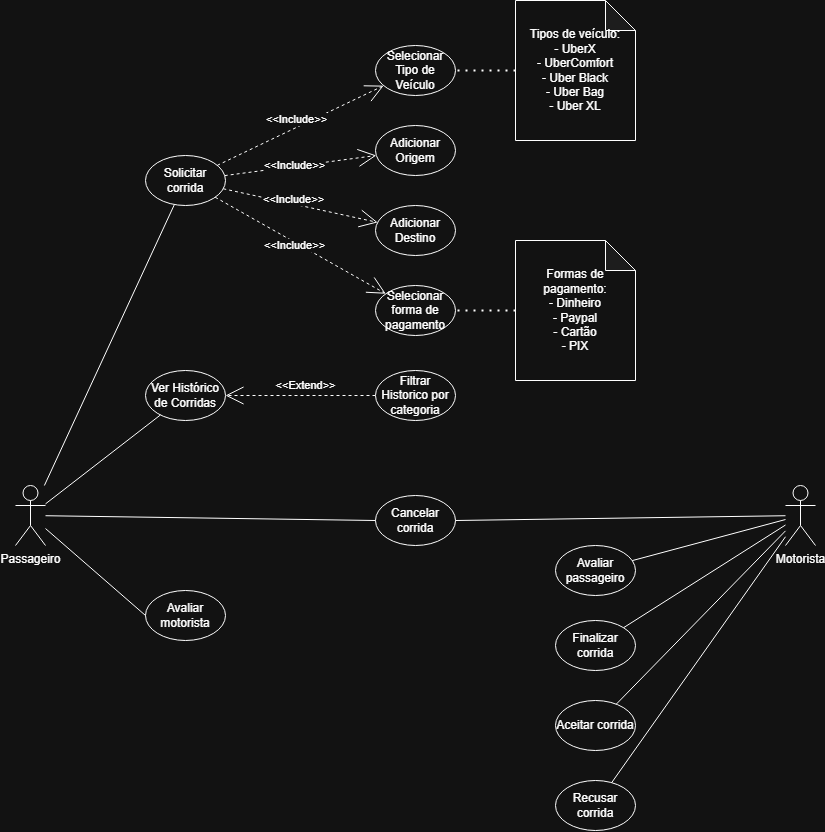
This is documentação/CasoDeUso-UberPb-Transporte.drawio.png from LucasnProg/UberPB, a draw.io export, as it was before one commit. Source tidied: cells renumbered, new cells last; positions are measured from the earlier drawing's top-left corner, leaving out a move shared by most shapes. Its diagram source:
```xml
<mxGraphModel>
  <root>
    <mxCell id="0" />
    <mxCell id="1" parent="0" />
    <mxCell id="2" value="Passageiro&lt;div&gt;&lt;br&gt;&lt;/div&gt;" style="shape=umlActor;verticalLabelPosition=bottom;verticalAlign=top;html=1;" parent="1" vertex="1">
      <mxGeometry y="485" width="30" height="60" as="geometry" />
    </mxCell>
    <mxCell id="3" value="Solicitar corrida" style="ellipse;whiteSpace=wrap;html=1;" parent="1" vertex="1">
      <mxGeometry x="130" y="155" width="80" height="50" as="geometry" />
    </mxCell>
    <mxCell id="4" value="Cancelar corrida" style="ellipse;whiteSpace=wrap;html=1;" parent="1" vertex="1">
      <mxGeometry x="360" y="495" width="80" height="50" as="geometry" />
    </mxCell>
    <mxCell id="5" style="endArrow=none;endSize=16;endFill=0;html=1;rounded=0;" parent="1" edge="1" source="2" target="3">
      <mxGeometry relative="1" as="geometry" />
    </mxCell>
    <mxCell id="6" style="endArrow=none;endSize=16;endFill=0;html=1;rounded=0;entryX=0;entryY=0.5;entryDx=0;entryDy=0;" parent="1" edge="1" source="2" target="4">
      <mxGeometry relative="1" as="geometry" />
    </mxCell>
    <mxCell id="7" value="Motorista" style="shape=umlActor;verticalLabelPosition=bottom;verticalAlign=top;html=1;" parent="1" vertex="1">
      <mxGeometry x="770" y="485" width="30" height="60" as="geometry" />
    </mxCell>
    <mxCell id="8" value="Aceitar corrida" style="ellipse;whiteSpace=wrap;html=1;" parent="1" vertex="1">
      <mxGeometry x="540" y="700" width="80" height="50" as="geometry" />
    </mxCell>
    <mxCell id="9" value="Recusar corrida" style="ellipse;whiteSpace=wrap;html=1;" parent="1" vertex="1">
      <mxGeometry x="540" y="780" width="80" height="50" as="geometry" />
    </mxCell>
    <mxCell id="10" style="endArrow=none;endSize=16;endFill=0;html=1;rounded=0;" parent="1" edge="1" source="7" target="8">
      <mxGeometry relative="1" as="geometry" />
    </mxCell>
    <mxCell id="11" style="endArrow=none;endSize=16;endFill=0;html=1;rounded=0;" parent="1" edge="1" source="9" target="7">
      <mxGeometry relative="1" as="geometry" />
    </mxCell>
    <mxCell id="12" style="endArrow=none;endSize=16;endFill=0;html=1;rounded=0;exitX=1;exitY=0.5;exitDx=0;exitDy=0;" parent="1" edge="1" source="4" target="7">
      <mxGeometry relative="1" as="geometry" />
    </mxCell>
    <mxCell id="13" value="Avaliar motorista" style="ellipse;whiteSpace=wrap;html=1;" parent="1" vertex="1">
      <mxGeometry x="130" y="590" width="80" height="50" as="geometry" />
    </mxCell>
    <mxCell id="14" style="endArrow=none;endSize=16;endFill=0;html=1;rounded=0;entryX=0;entryY=0.5;entryDx=0;entryDy=0;" parent="1" edge="1" source="2" target="13">
      <mxGeometry relative="1" as="geometry" />
    </mxCell>
    <mxCell id="15" value="Avaliar passageiro" style="ellipse;whiteSpace=wrap;html=1;" parent="1" vertex="1">
      <mxGeometry x="540" y="545" width="80" height="50" as="geometry" />
    </mxCell>
    <mxCell id="16" style="endArrow=none;endSize=16;endFill=0;html=1;rounded=0;" parent="1" edge="1" source="15" target="7">
      <mxGeometry relative="1" as="geometry" />
    </mxCell>
    <mxCell id="17" value="Finalizar corrida" style="ellipse;whiteSpace=wrap;html=1;" parent="1" vertex="1">
      <mxGeometry x="540" y="620" width="80" height="50" as="geometry" />
    </mxCell>
    <mxCell id="18" style="endArrow=none;endSize=16;endFill=0;html=1;rounded=0;" parent="1" edge="1" source="17" target="7">
      <mxGeometry relative="1" as="geometry" />
    </mxCell>
    <mxCell id="19" value="Formas de pagamento:&lt;br&gt;- Dinheiro&lt;div&gt;- Paypal&lt;/div&gt;&lt;div&gt;- Cartão&lt;/div&gt;&lt;div&gt;- PIX&lt;/div&gt;" style="shape=note;whiteSpace=wrap;html=1;backgroundOutline=1;darkOpacity=0.05;" parent="1" vertex="1">
      <mxGeometry x="500" y="240" width="120" height="140" as="geometry" />
    </mxCell>
    <mxCell id="20" value="Selecionar Tipo de Veículo" style="ellipse;whiteSpace=wrap;html=1;" parent="1" vertex="1">
      <mxGeometry x="360" y="45" width="80" height="50" as="geometry" />
    </mxCell>
    <mxCell id="21" value="Adicionar Origem" style="ellipse;whiteSpace=wrap;html=1;" parent="1" vertex="1">
      <mxGeometry x="360" y="125" width="80" height="50" as="geometry" />
    </mxCell>
    <mxCell id="22" value="Adicionar Destino" style="ellipse;whiteSpace=wrap;html=1;" parent="1" vertex="1">
      <mxGeometry x="360" y="205" width="80" height="50" as="geometry" />
    </mxCell>
    <mxCell id="23" value="Selecionar forma de pagamento" style="ellipse;whiteSpace=wrap;html=1;" parent="1" vertex="1">
      <mxGeometry x="360" y="285" width="80" height="50" as="geometry" />
    </mxCell>
    <mxCell id="24" value="&amp;lt;&amp;lt;Include&amp;gt;&amp;gt;" style="endArrow=open;endSize=16;endFill=0;html=1;rounded=0;dashed=1;" parent="1" edge="1" source="3" target="20">
      <mxGeometry x="-0.01" y="7" relative="1" as="geometry" />
    </mxCell>
    <mxCell id="25" value="&amp;lt;&amp;lt;Include&amp;gt;&amp;gt;" style="endArrow=open;endSize=16;endFill=0;html=1;rounded=0;dashed=1;" parent="1" edge="1" source="3" target="21">
      <mxGeometry x="-0.06" y="1" relative="1" as="geometry" />
    </mxCell>
    <mxCell id="26" value="&amp;lt;&amp;lt;Include&amp;gt;&amp;gt;" style="endArrow=open;endSize=16;endFill=0;html=1;rounded=0;dashed=1;" parent="1" edge="1" source="3" target="22">
      <mxGeometry x="-0.09" y="4" relative="1" as="geometry" />
    </mxCell>
    <mxCell id="27" value="&amp;lt;&amp;lt;Include&amp;gt;&amp;gt;" style="endArrow=open;endSize=16;endFill=0;html=1;rounded=0;dashed=1;" parent="1" edge="1" source="3" target="23">
      <mxGeometry x="-0.05" y="-3" relative="1" as="geometry" />
    </mxCell>
    <mxCell id="28" style="endArrow=none;dashed=1;html=1;dashPattern=1 3;strokeWidth=2;rounded=0;strokeColor=default;align=center;verticalAlign=middle;fontFamily=Helvetica;fontSize=11;fontColor=default;labelBackgroundColor=default;" parent="1" edge="1" source="19" target="23">
      <mxGeometry relative="1" as="geometry" />
    </mxCell>
    <mxCell id="29" value="Tipos de veículo:&lt;div&gt;- UberX&lt;/div&gt;&lt;div&gt;- UberComfort&lt;/div&gt;&lt;div&gt;- Uber Black&lt;/div&gt;&lt;div&gt;- Uber Bag&lt;/div&gt;&lt;div&gt;- Uber XL&lt;/div&gt;" style="shape=note;whiteSpace=wrap;html=1;backgroundOutline=1;darkOpacity=0.05;" parent="1" vertex="1">
      <mxGeometry x="500" width="120" height="140" as="geometry" />
    </mxCell>
    <mxCell id="30" style="endArrow=none;dashed=1;html=1;dashPattern=1 3;strokeWidth=2;rounded=0;strokeColor=default;align=center;verticalAlign=middle;fontFamily=Helvetica;fontSize=11;fontColor=default;labelBackgroundColor=default;" parent="1" edge="1" source="29" target="20">
      <mxGeometry relative="1" as="geometry" />
    </mxCell>
    <mxCell id="31" value="Ver Histórico de Corridas" style="ellipse;whiteSpace=wrap;html=1;" parent="1" vertex="1">
      <mxGeometry x="130" y="370" width="80" height="50" as="geometry" />
    </mxCell>
    <mxCell id="32" style="endArrow=none;endSize=16;endFill=0;html=1;rounded=0;" parent="1" edge="1" source="2" target="31">
      <mxGeometry relative="1" as="geometry" />
    </mxCell>
    <mxCell id="33" value="&amp;lt;&amp;lt;Extend&amp;gt;&amp;gt;" style="endArrow=open;endSize=16;endFill=0;html=1;rounded=0;dashed=1;" parent="1" edge="1" source="34" target="31">
      <mxGeometry x="-0.07" y="-10" relative="1" as="geometry">
        <mxPoint x="-1" as="offset" />
      </mxGeometry>
    </mxCell>
    <mxCell id="34" value="Filtrar Historico por categoria" style="ellipse;whiteSpace=wrap;html=1;" parent="1" vertex="1">
      <mxGeometry x="360" y="370" width="80" height="50" as="geometry" />
    </mxCell>
  </root>
</mxGraphModel>
```
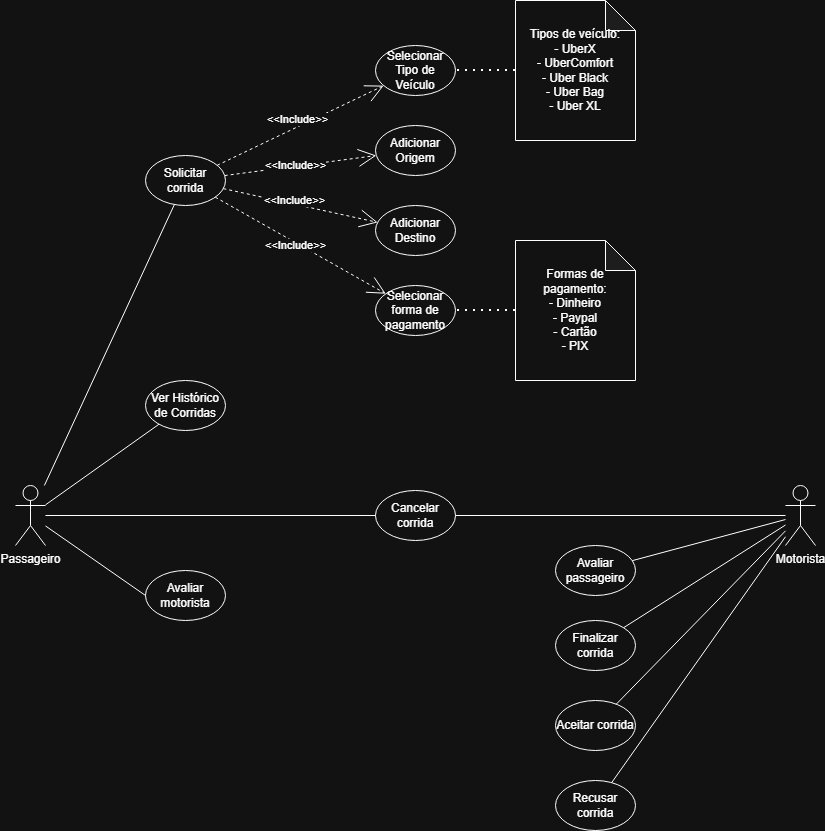
After the change.

What changed in the source:
```diff
@@ -9,7 +9,7 @@
       <mxGeometry x="130" y="155" width="80" height="50" as="geometry" />
     </mxCell>
     <mxCell id="4" value="Cancelar corrida" style="ellipse;whiteSpace=wrap;html=1;" parent="1" vertex="1">
-      <mxGeometry x="360" y="495" width="80" height="50" as="geometry" />
+      <mxGeometry x="360" y="490" width="80" height="50" as="geometry" />
     </mxCell>
     <mxCell id="5" style="endArrow=none;endSize=16;endFill=0;html=1;rounded=0;" parent="1" edge="1" source="2" target="3">
       <mxGeometry relative="1" as="geometry" />
@@ -36,7 +36,7 @@
       <mxGeometry relative="1" as="geometry" />
     </mxCell>
     <mxCell id="13" value="Avaliar motorista" style="ellipse;whiteSpace=wrap;html=1;" parent="1" vertex="1">
-      <mxGeometry x="130" y="590" width="80" height="50" as="geometry" />
+      <mxGeometry x="130" y="570" width="80" height="50" as="geometry" />
     </mxCell>
     <mxCell id="14" style="endArrow=none;endSize=16;endFill=0;html=1;rounded=0;entryX=0;entryY=0.5;entryDx=0;entryDy=0;" parent="1" edge="1" source="2" target="13">
       <mxGeometry relative="1" as="geometry" />
@@ -90,18 +90,10 @@
       <mxGeometry relative="1" as="geometry" />
     </mxCell>
     <mxCell id="31" value="Ver Histórico de Corridas" style="ellipse;whiteSpace=wrap;html=1;" parent="1" vertex="1">
-      <mxGeometry x="130" y="370" width="80" height="50" as="geometry" />
+      <mxGeometry x="130" y="380" width="80" height="50" as="geometry" />
     </mxCell>
     <mxCell id="32" style="endArrow=none;endSize=16;endFill=0;html=1;rounded=0;" parent="1" edge="1" source="2" target="31">
       <mxGeometry relative="1" as="geometry" />
     </mxCell>
-    <mxCell id="33" value="&amp;lt;&amp;lt;Extend&amp;gt;&amp;gt;" style="endArrow=open;endSize=16;endFill=0;html=1;rounded=0;dashed=1;" parent="1" edge="1" source="34" target="31">
-      <mxGeometry x="-0.07" y="-10" relative="1" as="geometry">
-        <mxPoint x="-1" as="offset" />
-      </mxGeometry>
-    </mxCell>
-    <mxCell id="34" value="Filtrar Historico por categoria" style="ellipse;whiteSpace=wrap;html=1;" parent="1" vertex="1">
-      <mxGeometry x="360" y="370" width="80" height="50" as="geometry" />
-    </mxCell>
   </root>
 </mxGraphModel>
```
